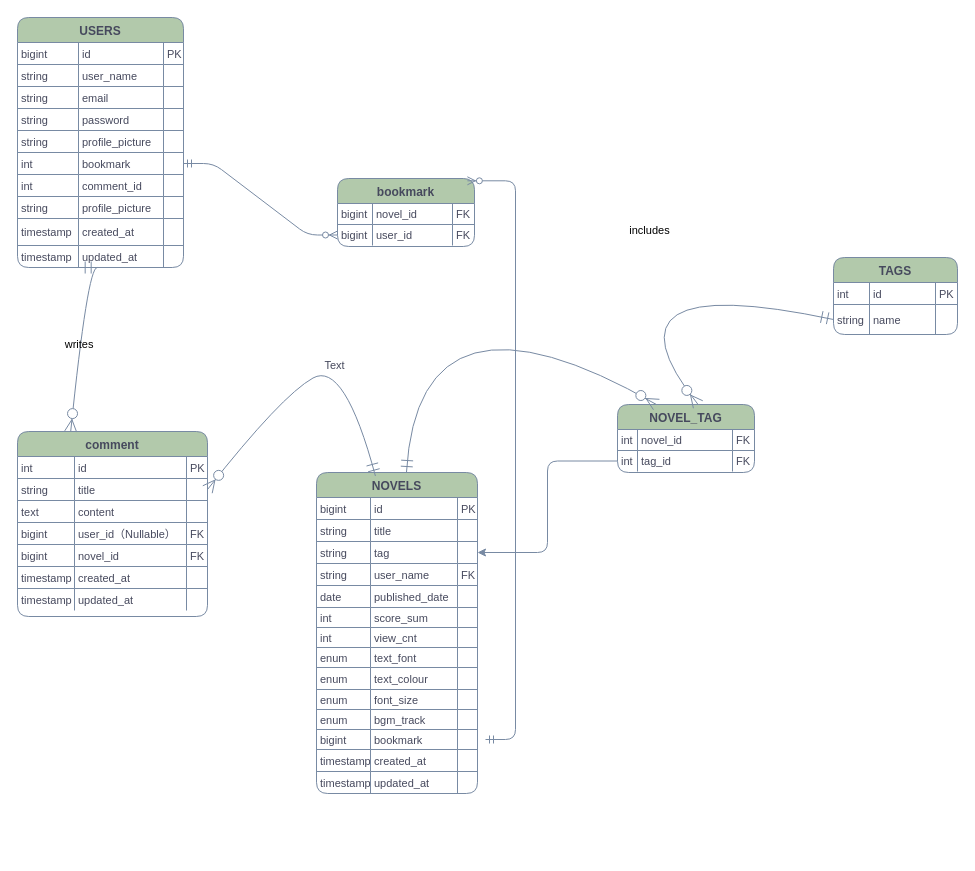
This is 名称未設定ファイル.drawio from SYSTEMA556/NOVEL, a draw.io file, before an edit. Source tidied: cells renumbered, new cells numbered last; positions are measured from the earlier drawing's top-left corner, leaving out a move shared by most shapes. Both pictures are drawn from the tidied source at 100%, with x=0, y=0 at pixel (17, 17).
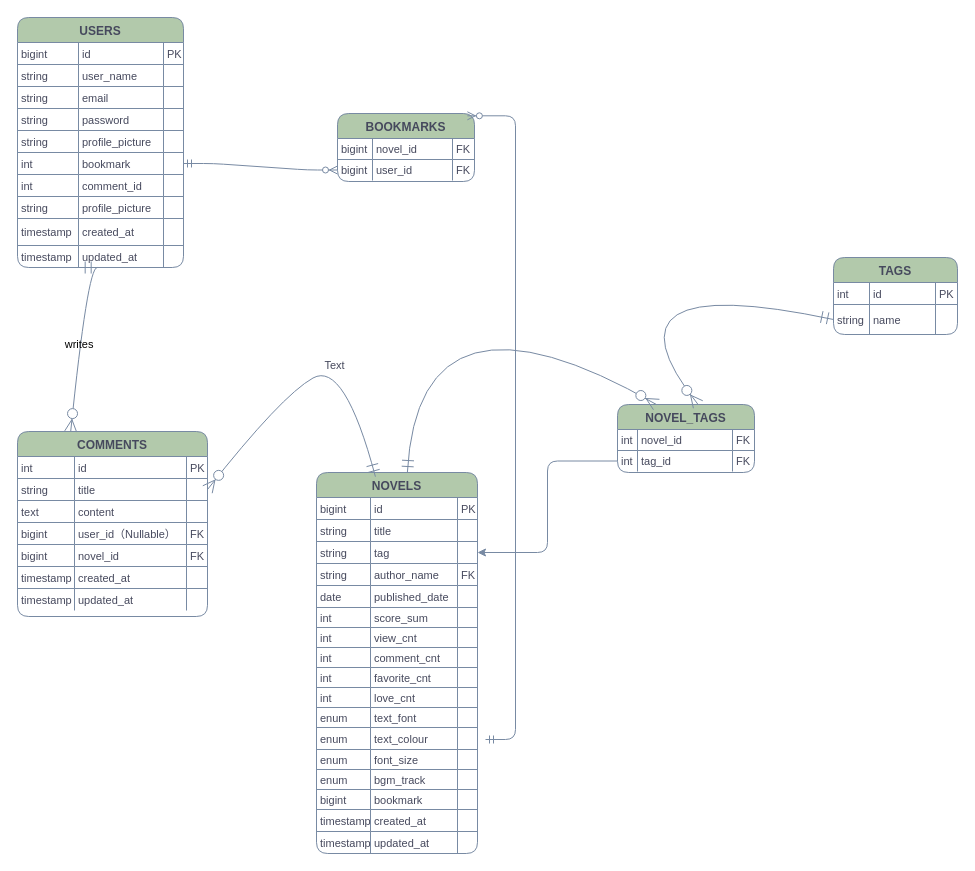
The same diagram, later.

Commit message:
名称未設定ファイル.drawio を更新します

Unchanged cells that the change refers to:
```xml
<mxCell id="56" style="shape=tableRow;horizontal=0;startSize=0;swimlaneHead=0;swimlaneBody=0;fillColor=none;top=0;left=0;right=0;bottom=0;labelBackgroundColor=none;strokeColor=#788AA3;fontColor=#46495D;rounded=1;" parent="43" vertex="1">
  <mxGeometry y="91" width="161" height="22" as="geometry" />
</mxCell>
<mxCell id="134" style="shape=tableRow;horizontal=0;startSize=0;swimlaneHead=0;swimlaneBody=0;fillColor=none;points=[[0,0.5],[1,0.5]];portConstraint=eastwest;top=0;left=0;right=0;bottom=0;labelBackgroundColor=none;strokeColor=#788AA3;fontColor=#46495D;rounded=1;" parent="129" vertex="1">
  <mxGeometry y="47" width="124" height="30" as="geometry" />
</mxCell>
```

What changed in the source:
```diff
@@
     <mxCell id="43" value="NOVELS" style="shape=table;startSize=25;childLayout=tableLayout;rowLines=1;fontStyle=1;align=center;labelBackgroundColor=none;fillColor=#B2C9AB;strokeColor=#788AA3;fontColor=#46495D;rounded=1;" parent="1" vertex="1">
-      <mxGeometry x="299" y="455" width="161" height="321" as="geometry" />
+      <mxGeometry x="299" y="455" width="161" height="381" as="geometry" />
     </mxCell>
@@
-    <mxCell id="58" value="user_name" style="shape=partialRectangle;fillColor=none;top=0;left=0;bottom=0;right=0;align=left;spacingLeft=2;overflow=hidden;fontSize=11;labelBackgroundColor=none;strokeColor=#788AA3;fontColor=#46495D;rounded=1;" parent="56" vertex="1">
+    <mxCell id="58" value="author_name" style="shape=partialRectangle;fillColor=none;top=0;left=0;bottom=0;right=0;align=left;spacingLeft=2;overflow=hidden;fontSize=11;labelBackgroundColor=none;strokeColor=#788AA3;fontColor=#46495D;rounded=1;" parent="56" vertex="1">
       <mxGeometry x="54" width="87" height="22" as="geometry" />
     </mxCell>
@@
+    <mxCell id="164" style="shape=tableRow;horizontal=0;startSize=0;swimlaneHead=0;swimlaneBody=0;fillColor=none;top=0;left=0;right=0;bottom=0;labelBackgroundColor=none;strokeColor=#788AA3;fontColor=#46495D;rounded=1;" parent="43" vertex="1">
+      <mxGeometry y="175" width="161" height="20" as="geometry" />
+    </mxCell>
+    <mxCell id="165" value="int    " style="shape=partialRectangle;fillColor=none;top=0;left=0;bottom=0;right=0;align=left;spacingLeft=2;overflow=hidden;fontSize=11;labelBackgroundColor=none;strokeColor=#788AA3;fontColor=#46495D;rounded=1;" parent="164" vertex="1">
+      <mxGeometry width="54" height="20" as="geometry" />
+    </mxCell>
+    <mxCell id="166" value="comment_cnt" style="shape=partialRectangle;fillColor=none;top=0;left=0;bottom=0;right=0;align=left;spacingLeft=2;overflow=hidden;fontSize=11;labelBackgroundColor=none;strokeColor=#788AA3;fontColor=#46495D;rounded=1;" parent="164" vertex="1">
+      <mxGeometry x="54" width="87" height="20" as="geometry" />
+    </mxCell>
+    <mxCell id="167" style="shape=partialRectangle;fillColor=none;top=0;left=0;bottom=0;right=0;align=left;spacingLeft=2;overflow=hidden;fontSize=11;labelBackgroundColor=none;strokeColor=#788AA3;fontColor=#46495D;rounded=1;" parent="164" vertex="1">
+      <mxGeometry x="141" width="20" height="20" as="geometry" />
+    </mxCell>
+    <mxCell id="168" style="shape=tableRow;horizontal=0;startSize=0;swimlaneHead=0;swimlaneBody=0;fillColor=none;top=0;left=0;right=0;bottom=0;labelBackgroundColor=none;strokeColor=#788AA3;fontColor=#46495D;rounded=1;" parent="43" vertex="1">
+      <mxGeometry y="195" width="161" height="20" as="geometry" />
+    </mxCell>
+    <mxCell id="169" value="int    " style="shape=partialRectangle;fillColor=none;top=0;left=0;bottom=0;right=0;align=left;spacingLeft=2;overflow=hidden;fontSize=11;labelBackgroundColor=none;strokeColor=#788AA3;fontColor=#46495D;rounded=1;" parent="168" vertex="1">
+      <mxGeometry width="54" height="20" as="geometry" />
+    </mxCell>
+    <mxCell id="170" value="favorite_cnt" style="shape=partialRectangle;fillColor=none;top=0;left=0;bottom=0;right=0;align=left;spacingLeft=2;overflow=hidden;fontSize=11;labelBackgroundColor=none;strokeColor=#788AA3;fontColor=#46495D;rounded=1;" parent="168" vertex="1">
+      <mxGeometry x="54" width="87" height="20" as="geometry" />
+    </mxCell>
+    <mxCell id="171" style="shape=partialRectangle;fillColor=none;top=0;left=0;bottom=0;right=0;align=left;spacingLeft=2;overflow=hidden;fontSize=11;labelBackgroundColor=none;strokeColor=#788AA3;fontColor=#46495D;rounded=1;" parent="168" vertex="1">
+      <mxGeometry x="141" width="20" height="20" as="geometry" />
+    </mxCell>
+    <mxCell id="172" style="shape=tableRow;horizontal=0;startSize=0;swimlaneHead=0;swimlaneBody=0;fillColor=none;top=0;left=0;right=0;bottom=0;labelBackgroundColor=none;strokeColor=#788AA3;fontColor=#46495D;rounded=1;" parent="43" vertex="1">
+      <mxGeometry y="215" width="161" height="20" as="geometry" />
+    </mxCell>
+    <mxCell id="173" value="int    " style="shape=partialRectangle;fillColor=none;top=0;left=0;bottom=0;right=0;align=left;spacingLeft=2;overflow=hidden;fontSize=11;labelBackgroundColor=none;strokeColor=#788AA3;fontColor=#46495D;rounded=1;" parent="172" vertex="1">
+      <mxGeometry width="54" height="20" as="geometry" />
+    </mxCell>
+    <mxCell id="174" value="love_cnt" style="shape=partialRectangle;fillColor=none;top=0;left=0;bottom=0;right=0;align=left;spacingLeft=2;overflow=hidden;fontSize=11;labelBackgroundColor=none;strokeColor=#788AA3;fontColor=#46495D;rounded=1;" parent="172" vertex="1">
+      <mxGeometry x="54" width="87" height="20" as="geometry" />
+    </mxCell>
+    <mxCell id="175" style="shape=partialRectangle;fillColor=none;top=0;left=0;bottom=0;right=0;align=left;spacingLeft=2;overflow=hidden;fontSize=11;labelBackgroundColor=none;strokeColor=#788AA3;fontColor=#46495D;rounded=1;" parent="172" vertex="1">
+      <mxGeometry x="141" width="20" height="20" as="geometry" />
+    </mxCell>
     <mxCell id="72" style="shape=tableRow;horizontal=0;startSize=0;swimlaneHead=0;swimlaneBody=0;fillColor=none;top=0;left=0;right=0;bottom=0;labelBackgroundColor=none;strokeColor=#788AA3;fontColor=#46495D;rounded=1;" parent="43" vertex="1">
-      <mxGeometry y="175" width="161" height="20" as="geometry" />
+      <mxGeometry y="235" width="161" height="20" as="geometry" />
     </mxCell>
@@
     <mxCell id="76" style="shape=tableRow;horizontal=0;startSize=0;swimlaneHead=0;swimlaneBody=0;fillColor=none;top=0;left=0;right=0;bottom=0;labelBackgroundColor=none;strokeColor=#788AA3;fontColor=#46495D;rounded=1;" parent="43" vertex="1">
-      <mxGeometry y="195" width="161" height="22" as="geometry" />
+      <mxGeometry y="255" width="161" height="22" as="geometry" />
     </mxCell>
@@
     <mxCell id="80" style="shape=tableRow;horizontal=0;startSize=0;swimlaneHead=0;swimlaneBody=0;fillColor=none;top=0;left=0;right=0;bottom=0;labelBackgroundColor=none;strokeColor=#788AA3;fontColor=#46495D;rounded=1;" parent="43" vertex="1">
-      <mxGeometry y="217" width="161" height="20" as="geometry" />
+      <mxGeometry y="277" width="161" height="20" as="geometry" />
     </mxCell>
@@
     <mxCell id="84" style="shape=tableRow;horizontal=0;startSize=0;swimlaneHead=0;swimlaneBody=0;fillColor=none;top=0;left=0;right=0;bottom=0;labelBackgroundColor=none;strokeColor=#788AA3;fontColor=#46495D;rounded=1;" parent="43" vertex="1">
-      <mxGeometry y="237" width="161" height="20" as="geometry" />
+      <mxGeometry y="297" width="161" height="20" as="geometry" />
     </mxCell>
@@
     <mxCell id="88" style="shape=tableRow;horizontal=0;startSize=0;swimlaneHead=0;swimlaneBody=0;fillColor=none;top=0;left=0;right=0;bottom=0;labelBackgroundColor=none;strokeColor=#788AA3;fontColor=#46495D;rounded=1;" parent="43" vertex="1">
-      <mxGeometry y="257" width="161" height="20" as="geometry" />
+      <mxGeometry y="317" width="161" height="20" as="geometry" />
     </mxCell>
@@
     <mxCell id="92" style="shape=tableRow;horizontal=0;startSize=0;swimlaneHead=0;swimlaneBody=0;fillColor=none;top=0;left=0;right=0;bottom=0;labelBackgroundColor=none;strokeColor=#788AA3;fontColor=#46495D;rounded=1;" parent="43" vertex="1">
-      <mxGeometry y="277" width="161" height="22" as="geometry" />
+      <mxGeometry y="337" width="161" height="22" as="geometry" />
     </mxCell>
@@
     <mxCell id="96" style="shape=tableRow;horizontal=0;startSize=0;swimlaneHead=0;swimlaneBody=0;fillColor=none;top=0;left=0;right=0;bottom=0;labelBackgroundColor=none;strokeColor=#788AA3;fontColor=#46495D;rounded=1;" parent="43" vertex="1">
-      <mxGeometry y="299" width="161" height="22" as="geometry" />
+      <mxGeometry y="359" width="161" height="22" as="geometry" />
     </mxCell>
@@
-    <mxCell id="100" value="comment" style="shape=table;startSize=25;childLayout=tableLayout;rowLines=1;fontStyle=1;align=center;labelBackgroundColor=none;fillColor=#B2C9AB;strokeColor=#788AA3;fontColor=#46495D;rounded=1;" parent="1" vertex="1">
+    <mxCell id="100" value="COMMENTS" style="shape=table;startSize=25;childLayout=tableLayout;rowLines=1;fontStyle=1;align=center;labelBackgroundColor=none;fillColor=#B2C9AB;strokeColor=#788AA3;fontColor=#46495D;rounded=1;" parent="1" vertex="1">
       <mxGeometry y="414" width="190" height="185" as="geometry" />
     </mxCell>
@@
-    <mxCell id="138" value="NOVEL_TAG" style="shape=table;startSize=25;childLayout=tableLayout;rowLines=1;fontStyle=1;align=center;labelBackgroundColor=none;fillColor=#B2C9AB;strokeColor=#788AA3;fontColor=#46495D;rounded=1;" parent="1" vertex="1">
+    <mxCell id="138" value="NOVEL_TAGS" style="shape=table;startSize=25;childLayout=tableLayout;rowLines=1;fontStyle=1;align=center;labelBackgroundColor=none;fillColor=#B2C9AB;strokeColor=#788AA3;fontColor=#46495D;rounded=1;" parent="1" vertex="1">
       <mxGeometry x="600" y="387" width="137" height="68" as="geometry" />
     </mxCell>
@@
-    <mxCell id="151" value="includes" style="curved=1;startArrow=ERmandOne;startSize=10;endArrow=ERzeroToMany;endSize=10;exitX=0;exitY=0.5;entryX=0.59;entryY=-0.01;exitDx=0;exitDy=0;labelBackgroundColor=none;strokeColor=#788AA3;fontColor=default;" parent="1" edge="1" source="134" target="138">
-      <mxGeometry x="-0.07" y="-49" relative="1" as="geometry">
+    <mxCell id="151" style="curved=1;startArrow=ERmandOne;startSize=10;endArrow=ERzeroToMany;endSize=10;exitX=0;exitY=0.5;entryX=0.59;entryY=-0.01;exitDx=0;exitDy=0;labelBackgroundColor=none;strokeColor=#788AA3;fontColor=default;" parent="1" edge="1" source="134" target="138">
+      <mxGeometry x="0.07" y="-119" relative="1" as="geometry">
         <Array as="points">
           <mxPoint x="571" y="250" />
         </Array>
       </mxGeometry>
     </mxCell>
-    <mxCell id="152" value="bookmark" style="shape=table;startSize=25;childLayout=tableLayout;rowLines=1;fontStyle=1;align=center;labelBackgroundColor=none;fillColor=#B2C9AB;strokeColor=#788AA3;fontColor=#46495D;rounded=1;" parent="1" vertex="1">
-      <mxGeometry x="320" y="161" width="137" height="68" as="geometry" />
+    <mxCell id="152" value="BOOKMARKS" style="shape=table;startSize=25;childLayout=tableLayout;rowLines=1;fontStyle=1;align=center;labelBackgroundColor=none;fillColor=#B2C9AB;strokeColor=#788AA3;fontColor=#46495D;rounded=1;" parent="1" vertex="1">
+      <mxGeometry x="320" y="96" width="137" height="68" as="geometry" />
     </mxCell>
```
